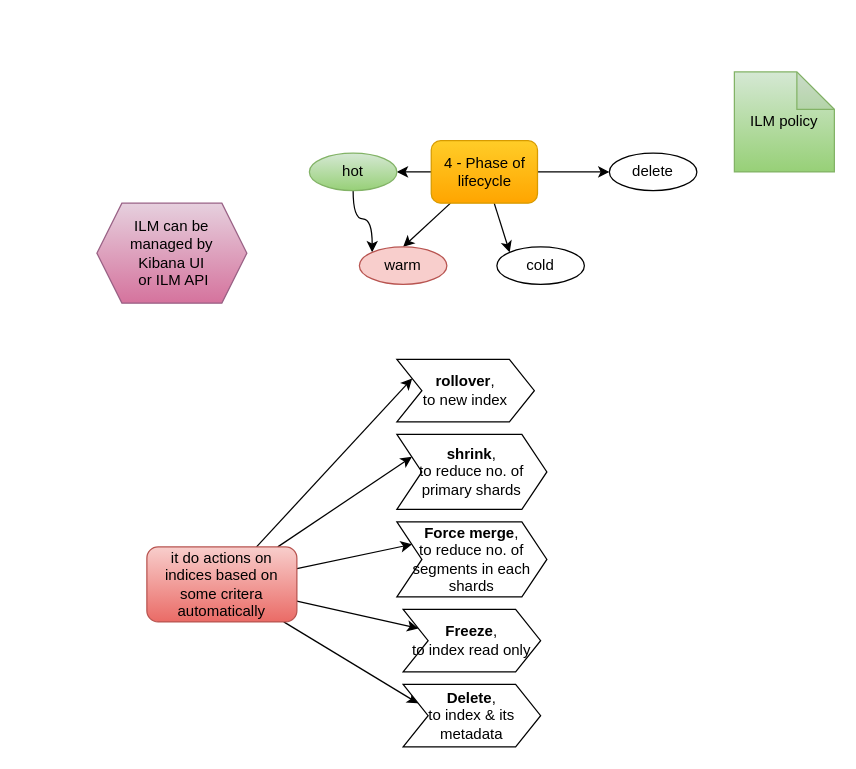
This is page "ILM Policy" (4 of 6) of My Articles/elastic stack/Elastic Search Index Understanding.drawio from paramothers/books, a draw.io file, before an edit. Source tidied: cells renumbered, new cells numbered last; positions are measured from the earlier drawing's top-left corner, leaving out a move shared by most shapes. Both pictures are drawn from the tidied source at 125%, with x=0, y=0 at pixel (96, 71).
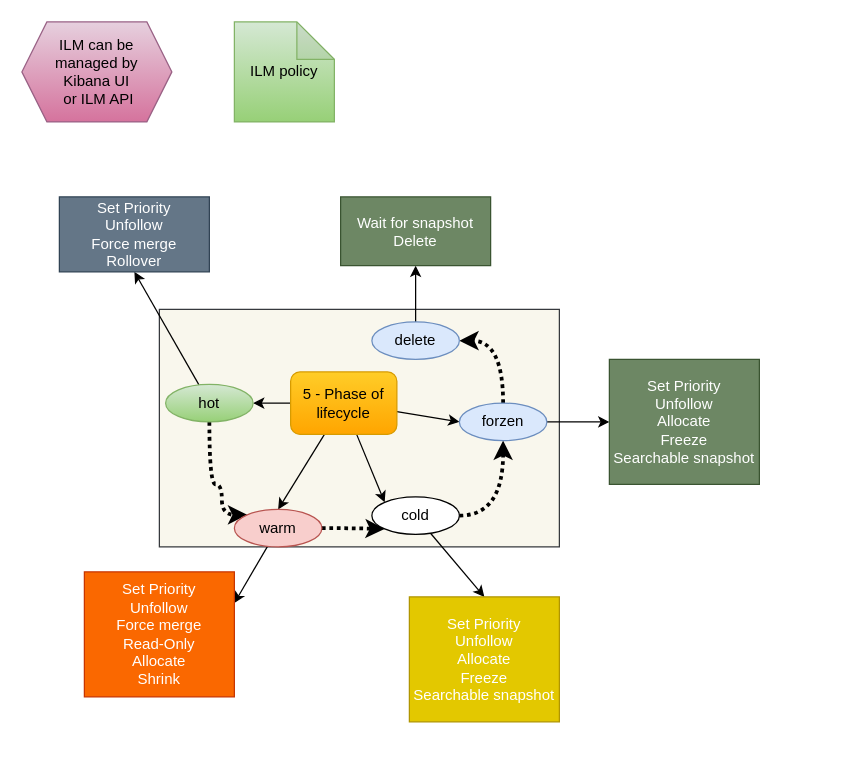
After the change.

Diff of the diagram source:
```diff
@@
-    <mxCell id="2" style="rounded=0;jettySize=auto;html=1;entryX=0;entryY=0.25;entryDx=0;entryDy=0;" parent="1" edge="1" source="7" target="20">
-      <mxGeometry relative="1" as="geometry" />
-    </mxCell>
-    <mxCell id="3" style="edgeStyle=none;rounded=0;jettySize=auto;html=1;entryX=0;entryY=0.25;entryDx=0;entryDy=0;" parent="1" edge="1" source="7" target="21">
-      <mxGeometry relative="1" as="geometry" />
-    </mxCell>
-    <mxCell id="4" style="edgeStyle=none;rounded=0;jettySize=auto;html=1;entryX=0;entryY=0.25;entryDx=0;entryDy=0;" parent="1" edge="1" source="7" target="22">
-      <mxGeometry relative="1" as="geometry" />
-    </mxCell>
-    <mxCell id="5" style="edgeStyle=none;rounded=0;jettySize=auto;html=1;entryX=0;entryY=0.25;entryDx=0;entryDy=0;" parent="1" edge="1" source="7" target="23">
-      <mxGeometry relative="1" as="geometry" />
-    </mxCell>
-    <mxCell id="6" style="edgeStyle=none;rounded=0;jettySize=auto;html=1;entryX=0;entryY=0.25;entryDx=0;entryDy=0;" parent="1" edge="1" source="7" target="24">
-      <mxGeometry relative="1" as="geometry" />
-    </mxCell>
-    <mxCell id="7" value="it do actions on indices based on some critera automatically" style="rounded=1;whiteSpace=wrap;html=1;gradientColor=#ea6b66;fillColor=#f8cecc;strokeColor=#b85450;" parent="1" vertex="1">
-      <mxGeometry x="40" y="380" width="120" height="60" as="geometry" />
-    </mxCell>
+    <mxCell id="25" style="rounded=0;whiteSpace=wrap;html=1;fillColor=#f9f7ed;strokeColor=#36393d;" parent="1" vertex="1">
+      <mxGeometry x="50" y="190" width="320" height="190" as="geometry" />
+    </mxCell>
@@
-    <mxCell id="10" style="edgeStyle=orthogonalEdgeStyle;rounded=0;jettySize=auto;html=1;entryX=1;entryY=0.5;entryDx=0;entryDy=0;" parent="1" edge="1" source="12" target="14">
+    <mxCell id="10" style="rounded=0;jettySize=auto;html=1;entryX=1;entryY=0.5;entryDx=0;entryDy=0;" parent="1" edge="1" source="12" target="14">
       <mxGeometry relative="1" as="geometry" />
     </mxCell>
@@
-    <mxCell id="12" value="4 - Phase of lifecycle" style="rounded=1;whiteSpace=wrap;html=1;gradientColor=#ffa500;fillColor=#ffcd28;strokeColor=#d79b00;" parent="1" vertex="1">
-      <mxGeometry x="267.5" y="55" width="85" height="50" as="geometry" />
+    <mxCell id="12" value="5 - Phase of lifecycle" style="rounded=1;whiteSpace=wrap;html=1;gradientColor=#ffa500;fillColor=#ffcd28;strokeColor=#d79b00;" parent="1" vertex="1">
+      <mxGeometry x="155" y="240" width="85" height="50" as="geometry" />
     </mxCell>
-    <mxCell id="13" style="edgeStyle=orthogonalEdgeStyle;rounded=0;jettySize=auto;html=1;entryX=0;entryY=0;entryDx=0;entryDy=0;curved=1;" parent="1" edge="1" source="14" target="15">
-      <mxGeometry relative="1" as="geometry" />
+    <mxCell id="13" style="edgeStyle=orthogonalEdgeStyle;rounded=0;jettySize=auto;html=1;entryX=0;entryY=0;entryDx=0;entryDy=0;curved=1;strokeWidth=3;dashed=1;dashPattern=1 1;" parent="1" edge="1" source="14" target="15">
+      <mxGeometry relative="1" as="geometry">
+        <Array as="points">
+          <mxPoint x="90" y="330" />
+          <mxPoint x="100" y="330" />
+          <mxPoint x="100" y="354" />
+        </Array>
+      </mxGeometry>
     </mxCell>
+    <mxCell id="26" style="edgeStyle=none;rounded=0;jettySize=auto;html=1;entryX=0.5;entryY=1;entryDx=0;entryDy=0;strokeWidth=1;" parent="1" edge="1" source="14" target="35">
+      <mxGeometry relative="1" as="geometry" />
+    </mxCell>
     <mxCell id="14" value="hot" style="ellipse;whiteSpace=wrap;html=1;gradientColor=#97d077;fillColor=#d5e8d4;strokeColor=#82b366;" parent="1" vertex="1">
-      <mxGeometry x="170" y="65" width="70" height="30" as="geometry" />
+      <mxGeometry x="55" y="250" width="70" height="30" as="geometry" />
     </mxCell>
+    <mxCell id="27" style="edgeStyle=orthogonalEdgeStyle;curved=1;rounded=0;jettySize=auto;html=1;entryX=0;entryY=1;entryDx=0;entryDy=0;strokeWidth=3;dashed=1;dashPattern=1 1;" parent="1" edge="1" source="15" target="16">
+      <mxGeometry relative="1" as="geometry" />
+    </mxCell>
+    <mxCell id="28" style="edgeStyle=none;rounded=0;jettySize=auto;html=1;entryX=1;entryY=0.25;entryDx=0;entryDy=0;strokeWidth=1;" parent="1" edge="1" source="15" target="36">
+      <mxGeometry relative="1" as="geometry" />
+    </mxCell>
     <mxCell id="15" value="warm" style="ellipse;whiteSpace=wrap;html=1;fillColor=#f8cecc;strokeColor=#b85450;" parent="1" vertex="1">
-      <mxGeometry x="210" y="140" width="70" height="30" as="geometry" />
+      <mxGeometry x="110" y="350" width="70" height="30" as="geometry" />
     </mxCell>
+    <mxCell id="29" style="edgeStyle=orthogonalEdgeStyle;curved=1;rounded=0;jettySize=auto;html=1;entryX=0.5;entryY=1;entryDx=0;entryDy=0;strokeWidth=3;dashed=1;dashPattern=1 1;exitX=1;exitY=0.5;exitDx=0;exitDy=0;" parent="1" edge="1" source="16" target="17">
+      <mxGeometry relative="1" as="geometry" />
+    </mxCell>
+    <mxCell id="30" style="edgeStyle=none;rounded=0;jettySize=auto;html=1;entryX=0.5;entryY=0;entryDx=0;entryDy=0;strokeWidth=1;" parent="1" edge="1" source="16" target="37">
+      <mxGeometry relative="1" as="geometry" />
+    </mxCell>
     <mxCell id="16" value="cold" style="ellipse;whiteSpace=wrap;html=1;" parent="1" vertex="1">
-      <mxGeometry x="320" y="140" width="70" height="30" as="geometry" />
+      <mxGeometry x="220" y="340" width="70" height="30" as="geometry" />
     </mxCell>
+    <mxCell id="31" style="edgeStyle=orthogonalEdgeStyle;curved=1;rounded=0;jettySize=auto;html=1;entryX=1;entryY=0.5;entryDx=0;entryDy=0;strokeWidth=3;dashed=1;dashPattern=1 1;" parent="1" edge="1" source="17" target="34">
+      <mxGeometry relative="1" as="geometry" />
+    </mxCell>
+    <mxCell id="32" style="edgeStyle=none;rounded=0;jettySize=auto;html=1;entryX=0;entryY=0.5;entryDx=0;entryDy=0;strokeWidth=1;" parent="1" edge="1" source="17" target="38">
+      <mxGeometry relative="1" as="geometry" />
+    </mxCell>
-    <mxCell id="17" value="delete" style="ellipse;whiteSpace=wrap;html=1;" parent="1" vertex="1">
-      <mxGeometry x="410" y="65" width="70" height="30" as="geometry" />
+    <mxCell id="17" value="forzen" style="ellipse;whiteSpace=wrap;html=1;fillColor=#dae8fc;strokeColor=#6c8ebf;" parent="1" vertex="1">
+      <mxGeometry x="290" y="265" width="70" height="30" as="geometry" />
     </mxCell>
     <mxCell id="18" value="ILM policy" style="shape=note;whiteSpace=wrap;html=1;backgroundOutline=1;darkOpacity=0.05;gradientColor=#97d077;fillColor=#d5e8d4;strokeColor=#82b366;" parent="1" vertex="1">
-      <mxGeometry x="510" width="80" height="80" as="geometry" />
+      <mxGeometry x="110" y="-40" width="80" height="80" as="geometry" />
     </mxCell>
     <mxCell id="19" value="ILM can be &lt;br&gt;managed by &lt;br&gt;Kibana UI&lt;br&gt;&amp;nbsp;or ILM API" style="shape=hexagon;perimeter=hexagonPerimeter2;whiteSpace=wrap;html=1;fixedSize=1;gradientColor=#d5739d;fillColor=#e6d0de;strokeColor=#996185;" parent="1" vertex="1">
-      <mxGeometry y="105" width="120" height="80" as="geometry" />
+      <mxGeometry x="-60" y="-40" width="120" height="80" as="geometry" />
     </mxCell>
-    <mxCell id="20" value="&lt;b&gt;rollover&lt;/b&gt;, &lt;br&gt;to new index" style="shape=step;perimeter=stepPerimeter;whiteSpace=wrap;html=1;fixedSize=1;" parent="1" vertex="1">
-      <mxGeometry x="240" y="230" width="110" height="50" as="geometry" />
-    </mxCell>
-    <mxCell id="21" value="&lt;b&gt;shrink&lt;/b&gt;, &lt;br&gt;to reduce no. of primary shards" style="shape=step;perimeter=stepPerimeter;whiteSpace=wrap;html=1;fixedSize=1;" parent="1" vertex="1">
-      <mxGeometry x="240" y="290" width="120" height="60" as="geometry" />
-    </mxCell>
-    <mxCell id="22" value="&lt;b&gt;Force merge&lt;/b&gt;, &lt;br&gt;to reduce no. of segments in each shards" style="shape=step;perimeter=stepPerimeter;whiteSpace=wrap;html=1;fixedSize=1;" parent="1" vertex="1">
-      <mxGeometry x="240" y="360" width="120" height="60" as="geometry" />
-    </mxCell>
-    <mxCell id="23" value="&lt;b&gt;Freeze&lt;/b&gt;, &lt;br&gt;to index read only" style="shape=step;perimeter=stepPerimeter;whiteSpace=wrap;html=1;fixedSize=1;" parent="1" vertex="1">
-      <mxGeometry x="245" y="430" width="110" height="50" as="geometry" />
-    </mxCell>
-    <mxCell id="24" value="&lt;b&gt;Delete&lt;/b&gt;, &lt;br&gt;to index &amp;amp; its metadata" style="shape=step;perimeter=stepPerimeter;whiteSpace=wrap;html=1;fixedSize=1;" parent="1" vertex="1">
-      <mxGeometry x="245" y="490" width="110" height="50" as="geometry" />
-    </mxCell>
+    <mxCell id="33" style="edgeStyle=none;rounded=0;jettySize=auto;html=1;entryX=0.5;entryY=1;entryDx=0;entryDy=0;strokeWidth=1;" parent="1" edge="1" source="34" target="39">
+      <mxGeometry relative="1" as="geometry" />
+    </mxCell>
+    <mxCell id="34" value="delete" style="ellipse;whiteSpace=wrap;html=1;fillColor=#dae8fc;strokeColor=#6c8ebf;" parent="1" vertex="1">
+      <mxGeometry x="220" y="200" width="70" height="30" as="geometry" />
+    </mxCell>
+    <mxCell id="35" value="Set Priority&lt;br&gt;Unfollow&lt;br&gt;Force merge&lt;br&gt;Rollover" style="rounded=0;whiteSpace=wrap;html=1;fillColor=#647687;strokeColor=#314354;fontColor=#ffffff;" parent="1" vertex="1">
+      <mxGeometry x="-30" y="100" width="120" height="60" as="geometry" />
+    </mxCell>
+    <mxCell id="36" value="Set Priority&lt;br&gt;Unfollow&lt;br&gt;Force merge&lt;br&gt;Read-Only&lt;br&gt;Allocate&lt;br&gt;Shrink" style="rounded=0;whiteSpace=wrap;html=1;fillColor=#fa6800;strokeColor=#C73500;fontColor=#ffffff;" parent="1" vertex="1">
+      <mxGeometry x="-10" y="400" width="120" height="100" as="geometry" />
+    </mxCell>
+    <mxCell id="37" value="Set Priority&lt;br&gt;Unfollow&lt;br&gt;Allocate&lt;br&gt;Freeze&lt;br&gt;Searchable snapshot" style="rounded=0;whiteSpace=wrap;html=1;fillColor=#e3c800;strokeColor=#B09500;fontColor=#ffffff;" parent="1" vertex="1">
+      <mxGeometry x="250" y="420" width="120" height="100" as="geometry" />
+    </mxCell>
+    <mxCell id="38" value="Set Priority&lt;br&gt;Unfollow&lt;br&gt;Allocate&lt;br&gt;Freeze&lt;br&gt;Searchable snapshot" style="rounded=0;whiteSpace=wrap;html=1;fillColor=#6d8764;strokeColor=#3A5431;fontColor=#ffffff;" parent="1" vertex="1">
+      <mxGeometry x="410" y="230" width="120" height="100" as="geometry" />
+    </mxCell>
+    <mxCell id="39" value="Wait for snapshot&lt;br&gt;Delete" style="rounded=0;whiteSpace=wrap;html=1;fillColor=#6d8764;strokeColor=#3A5431;fontColor=#ffffff;" parent="1" vertex="1">
+      <mxGeometry x="195" y="100" width="120" height="55" as="geometry" />
+    </mxCell>
```
